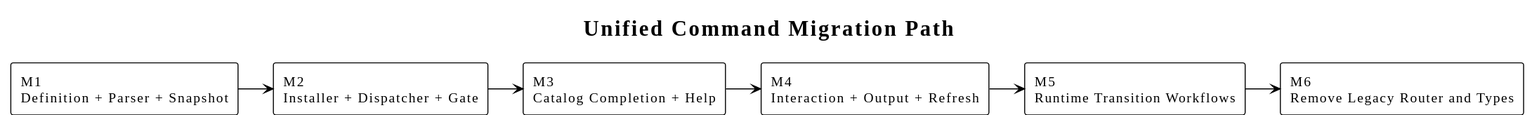
This is diagrams/command/12-migration-path.svg from superheromeZzh/pi-mono-java-design, a PlantUML export, as it was before one commit. The source it was exported from:
```plantuml
@startuml
!theme plain
!pragma layout smetana
skinparam defaultFontName "SansSerif"
skinparam shadowing false
skinparam backgroundColor transparent
title Unified Command Migration Path

left to right direction
rectangle "M1\nDefinition + Parser + Snapshot" as M1
rectangle "M2\nInstaller + Dispatcher + Gate" as M2
rectangle "M3\nCatalog Completion + Help" as M3
rectangle "M4\nInteraction + Output + Refresh" as M4
rectangle "M5\nRuntime Transition Workflows" as M5
rectangle "M6\nRemove Legacy Router and Types" as M6

M1 --> M2
M2 --> M3
M3 --> M4
M4 --> M5
M5 --> M6
@enduml
```
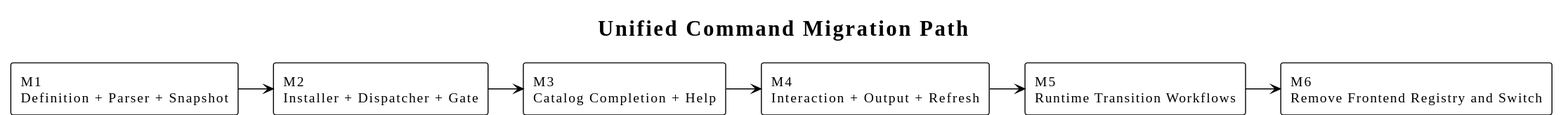
Later version of the same file.

The edit, as a diff of the source:
```diff
@@ -12,7 +12,7 @@
 rectangle "M3\nCatalog Completion + Help" as M3
 rectangle "M4\nInteraction + Output + Refresh" as M4
 rectangle "M5\nRuntime Transition Workflows" as M5
-rectangle "M6\nRemove Legacy Router and Types" as M6
+rectangle "M6\nRemove Frontend Registry and Switch" as M6
 
 M1 --> M2
 M2 --> M3
```
